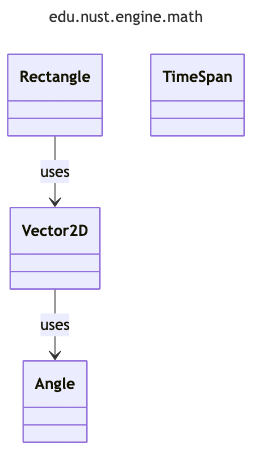
Earlier version of the Mermaid export uml/generated/png/package_edu_nust_engine_math.png (zombie-zero-nust/zombie-zero). Its source is kept beside it as uml/generated/mmd/package_edu_nust_engine_math.mmd. The source it was exported from:
```mermaid
---
title: edu.nust.engine.math
config:
  look: classic
  layout: dagre
  flowchart:
    curve: linear
  class:
    defaultRenderer: dagre-wrapper
---
classDiagram
class Rectangle
class TimeSpan
class Vector2D
class Angle
Rectangle --> Vector2D : uses
Vector2D --> Angle : uses
```
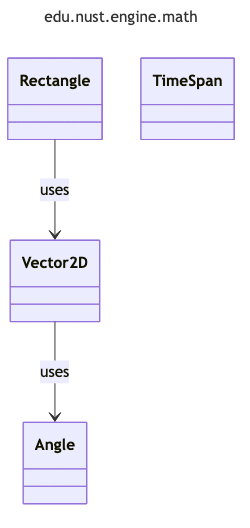
Above is the later version.

Change to the diagram source:
```diff
@@ -2,16 +2,16 @@
 title: edu.nust.engine.math
 config:
   look: classic
-  layout: dagre
+  layout: elk
   flowchart:
     curve: linear
   class:
     defaultRenderer: dagre-wrapper
 ---
 classDiagram
-class Rectangle
-class TimeSpan
-class Vector2D
-class Angle
+  class Rectangle
+  class TimeSpan
+  class Vector2D
+  class Angle
 Rectangle --> Vector2D : uses
 Vector2D --> Angle : uses
```
